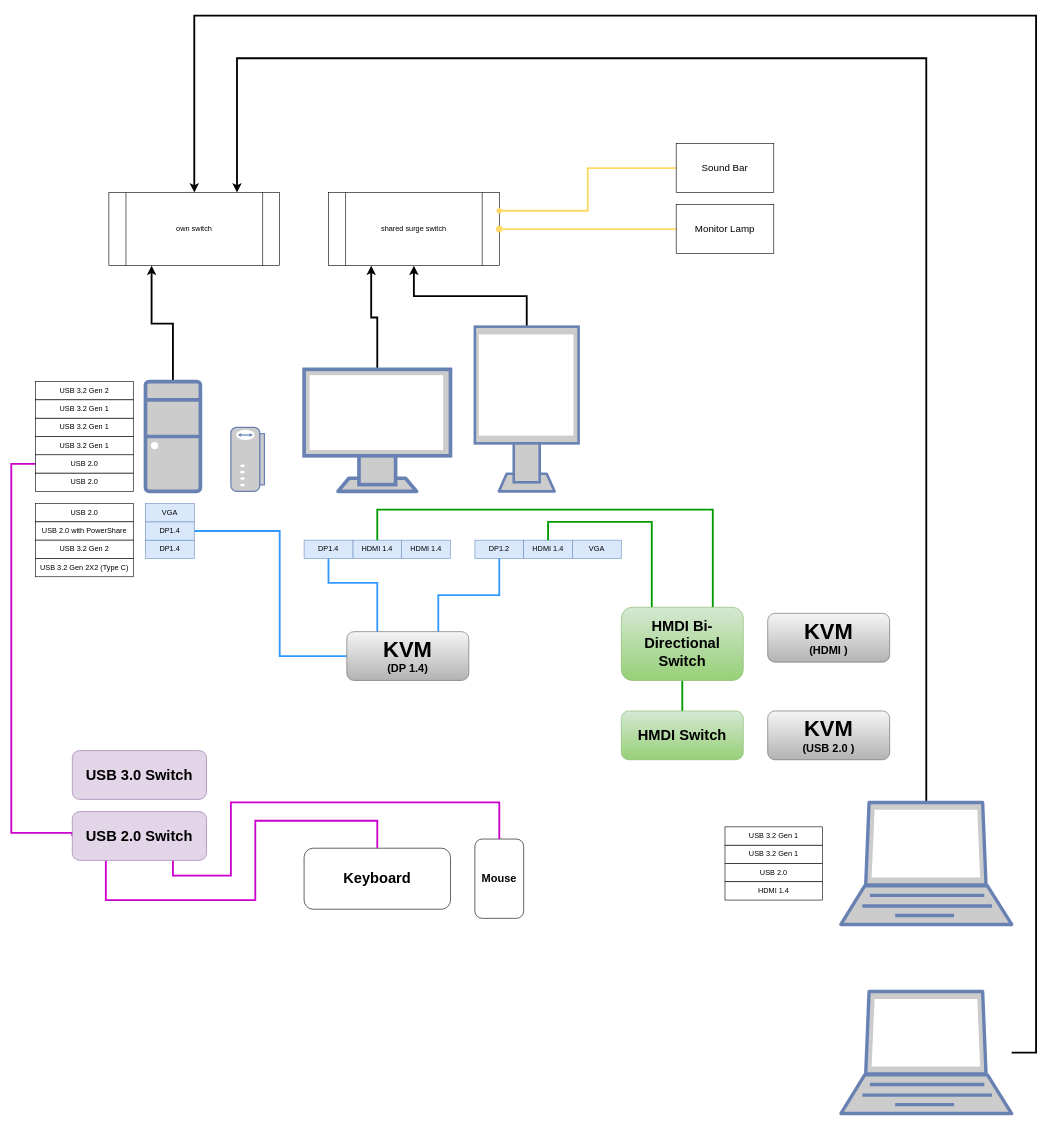
Before: desk_design.drawio in johnseetoh25/draw.io_Gallery, a draw.io diagram. Source tidied: cells renumbered, new cells numbered last; positions are measured from the earlier drawing's top-left corner, leaving out a move shared by most shapes. Both pictures are drawn from the tidied source at 61%, with x=0, y=0 at pixel (11, 15).
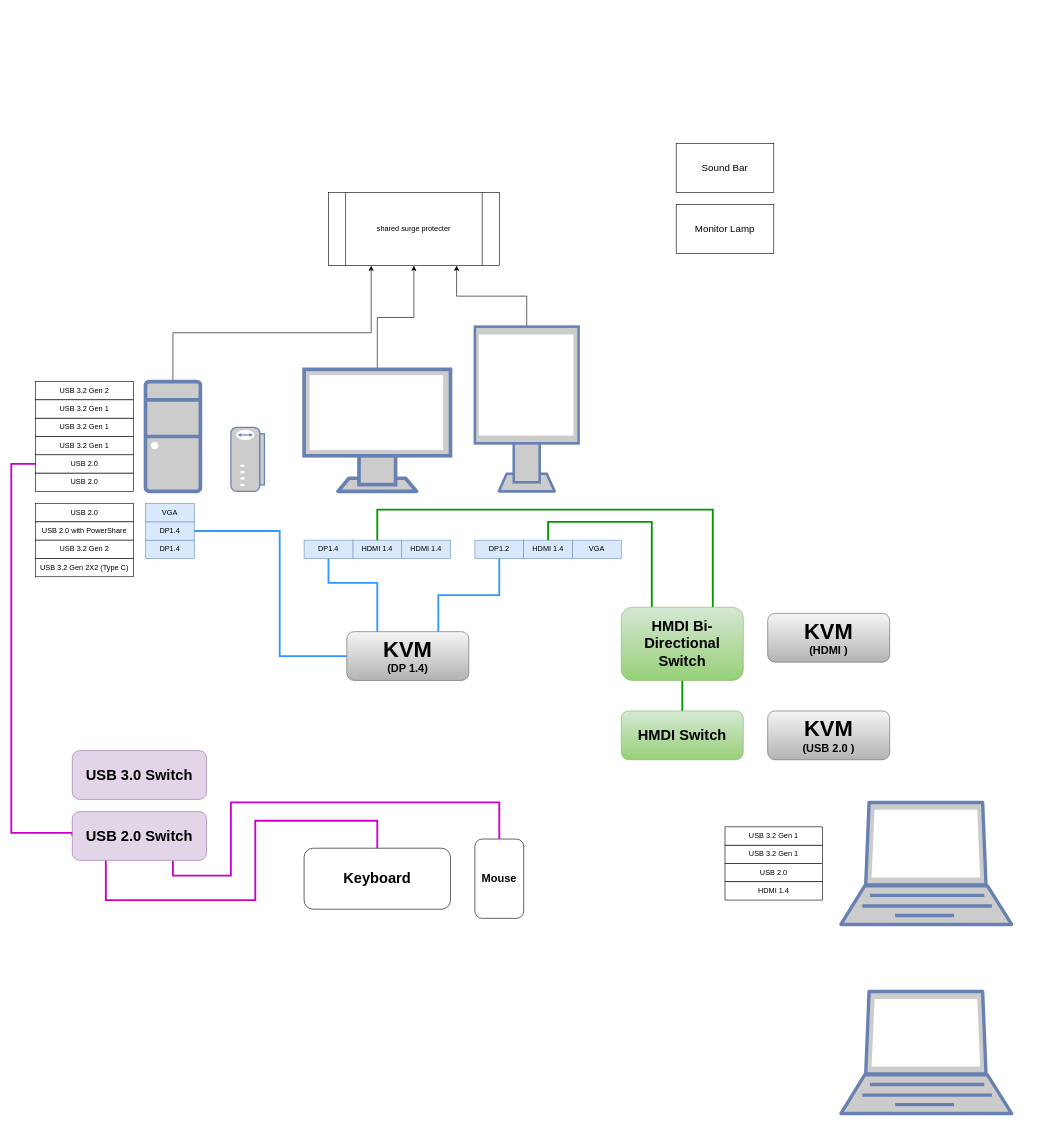
The same page after the edit.

The change refers to these unchanged cells:
```xml
<mxCell id="3" style="fontColor=#0066CC;verticalAlign=top;verticalLabelPosition=bottom;labelPosition=center;align=center;html=1;outlineConnect=0;fillColor=#CCCCCC;strokeColor=#6881B3;gradientColor=none;gradientDirection=north;strokeWidth=2;shape=mxgraph.networks.monitor;" parent="1" vertex="1">
  <mxGeometry x="480" y="580" width="240" height="200" as="geometry" />
</mxCell>
<mxCell id="5" style="fontColor=#0066CC;verticalAlign=top;verticalLabelPosition=bottom;labelPosition=center;align=center;html=1;outlineConnect=0;fillColor=#CCCCCC;strokeColor=#6881B3;gradientColor=none;gradientDirection=north;strokeWidth=2;shape=mxgraph.networks.monitor;" parent="1" vertex="1">
  <mxGeometry x="760" y="510" width="170" height="270" as="geometry" />
</mxCell>
<mxCell id="7" style="fontColor=#0066CC;verticalAlign=top;verticalLabelPosition=bottom;labelPosition=center;align=center;html=1;outlineConnect=0;fillColor=#CCCCCC;strokeColor=#6881B3;gradientColor=none;gradientDirection=north;strokeWidth=2;shape=mxgraph.networks.desktop_pc;" parent="1" vertex="1">
  <mxGeometry x="220" y="600" width="90" height="180" as="geometry" />
</mxCell>
<mxCell id="41" style="fontColor=#0066CC;verticalAlign=top;verticalLabelPosition=bottom;labelPosition=center;align=center;html=1;outlineConnect=0;fillColor=#CCCCCC;strokeColor=#6881B3;gradientColor=none;gradientDirection=north;strokeWidth=2;shape=mxgraph.networks.laptop;" parent="1" vertex="1">
  <mxGeometry x="1360" y="1290" width="280" height="200" as="geometry" />
</mxCell>
<mxCell id="43" style="fontColor=#0066CC;verticalAlign=top;verticalLabelPosition=bottom;labelPosition=center;align=center;html=1;outlineConnect=0;fillColor=#CCCCCC;strokeColor=#6881B3;gradientColor=none;gradientDirection=north;strokeWidth=2;shape=mxgraph.networks.laptop;" parent="1" vertex="1">
  <mxGeometry x="1360" y="1600" width="280" height="200" as="geometry" />
</mxCell>
<mxCell id="56" value="Monitor Lamp" style="rounded=0;whiteSpace=wrap;html=1;fontSize=16;" parent="1" vertex="1">
  <mxGeometry x="1090" y="310" width="160" height="80" as="geometry" />
</mxCell>
<mxCell id="58" value="Sound Bar" style="rounded=0;whiteSpace=wrap;html=1;fontSize=16;" parent="1" vertex="1">
  <mxGeometry x="1090" y="210" width="160" height="80" as="geometry" />
</mxCell>
```

Diff of the diagram source:
```diff
@@
-    <mxCell id="2" style="edgeStyle=orthogonalEdgeStyle;rounded=0;jettySize=auto;html=1;entryX=0.25;entryY=1;entryDx=0;entryDy=0;strokeWidth=3;" parent="1" edge="1" source="3" target="53">
+    <mxCell id="2" style="edgeStyle=orthogonalEdgeStyle;rounded=0;jettySize=auto;html=1;" parent="1" edge="1" source="3" target="53">
       <mxGeometry relative="1" as="geometry" />
     </mxCell>
@@
-    <mxCell id="4" style="edgeStyle=orthogonalEdgeStyle;rounded=0;jettySize=auto;html=1;entryX=0.5;entryY=1;entryDx=0;entryDy=0;strokeWidth=3;" parent="1" edge="1" source="5" target="53">
+    <mxCell id="4" style="edgeStyle=orthogonalEdgeStyle;rounded=0;jettySize=auto;html=1;entryX=0.75;entryY=1;entryDx=0;entryDy=0;" parent="1" edge="1" source="5" target="53">
       <mxGeometry relative="1" as="geometry" />
     </mxCell>
@@
-    <mxCell id="6" style="edgeStyle=orthogonalEdgeStyle;rounded=0;jettySize=auto;html=1;entryX=0.25;entryY=1;entryDx=0;entryDy=0;strokeWidth=3;endArrow=classic;endFill=1;" parent="1" edge="1" source="7" target="54">
-      <mxGeometry relative="1" as="geometry" />
-    </mxCell>
+    <mxCell id="60" style="edgeStyle=orthogonalEdgeStyle;rounded=0;jettySize=auto;html=1;entryX=0.25;entryY=1;entryDx=0;entryDy=0;" parent="1" edge="1" source="7" target="53">
+      <mxGeometry relative="1" as="geometry">
+        <Array as="points">
+          <mxPoint x="265" y="520" />
+          <mxPoint x="590" y="520" />
+        </Array>
+      </mxGeometry>
+    </mxCell>
@@
-    <mxCell id="40" style="edgeStyle=orthogonalEdgeStyle;rounded=0;jettySize=auto;html=1;entryX=0.75;entryY=0;entryDx=0;entryDy=0;exitX=0.5;exitY=0;exitDx=0;exitDy=0;exitPerimeter=0;strokeWidth=3;" parent="1" edge="1" source="41" target="54">
-      <mxGeometry relative="1" as="geometry">
-        <Array as="points">
-          <mxPoint x="1500" y="70" />
-          <mxPoint x="370" y="70" />
-        </Array>
-      </mxGeometry>
-    </mxCell>
@@
-    <mxCell id="42" style="edgeStyle=orthogonalEdgeStyle;rounded=0;jettySize=auto;html=1;entryX=0.5;entryY=0;entryDx=0;entryDy=0;strokeWidth=3;" parent="1" edge="1" source="43" target="54">
-      <mxGeometry relative="1" as="geometry">
-        <Array as="points">
-          <mxPoint x="1680" y="1700" />
-          <mxPoint x="1680" />
-          <mxPoint x="300" />
-        </Array>
-      </mxGeometry>
-    </mxCell>
@@
-    <mxCell id="53" value="shared surge switch" style="shape=process;whiteSpace=wrap;html=1;backgroundOutline=1;" parent="1" vertex="1">
+    <mxCell id="53" value="shared surge protecter" style="shape=process;whiteSpace=wrap;html=1;backgroundOutline=1;" parent="1" vertex="1">
       <mxGeometry x="520" y="290" width="280" height="120" as="geometry" />
     </mxCell>
-    <mxCell id="54" value="own switch" style="shape=process;whiteSpace=wrap;html=1;backgroundOutline=1;" parent="1" vertex="1">
-      <mxGeometry x="160" y="290" width="280" height="120" as="geometry" />
-    </mxCell>
-    <mxCell id="55" style="edgeStyle=none;curved=1;rounded=0;jettySize=auto;html=1;entryX=1;entryY=0.5;entryDx=0;entryDy=0;fontSize=12;startSize=8;endSize=8;strokeWidth=3;endArrow=oval;endFill=1;strokeColor=#FFD966;" parent="1" edge="1" source="56" target="53">
-      <mxGeometry relative="1" as="geometry" />
-    </mxCell>
@@
-    <mxCell id="57" style="edgeStyle=orthogonalEdgeStyle;rounded=0;jettySize=auto;html=1;entryX=1;entryY=0.25;entryDx=0;entryDy=0;endArrow=oval;endFill=1;strokeWidth=3;strokeColor=#FFD966;" parent="1" edge="1" source="58" target="53">
-      <mxGeometry relative="1" as="geometry" />
-    </mxCell>
```
